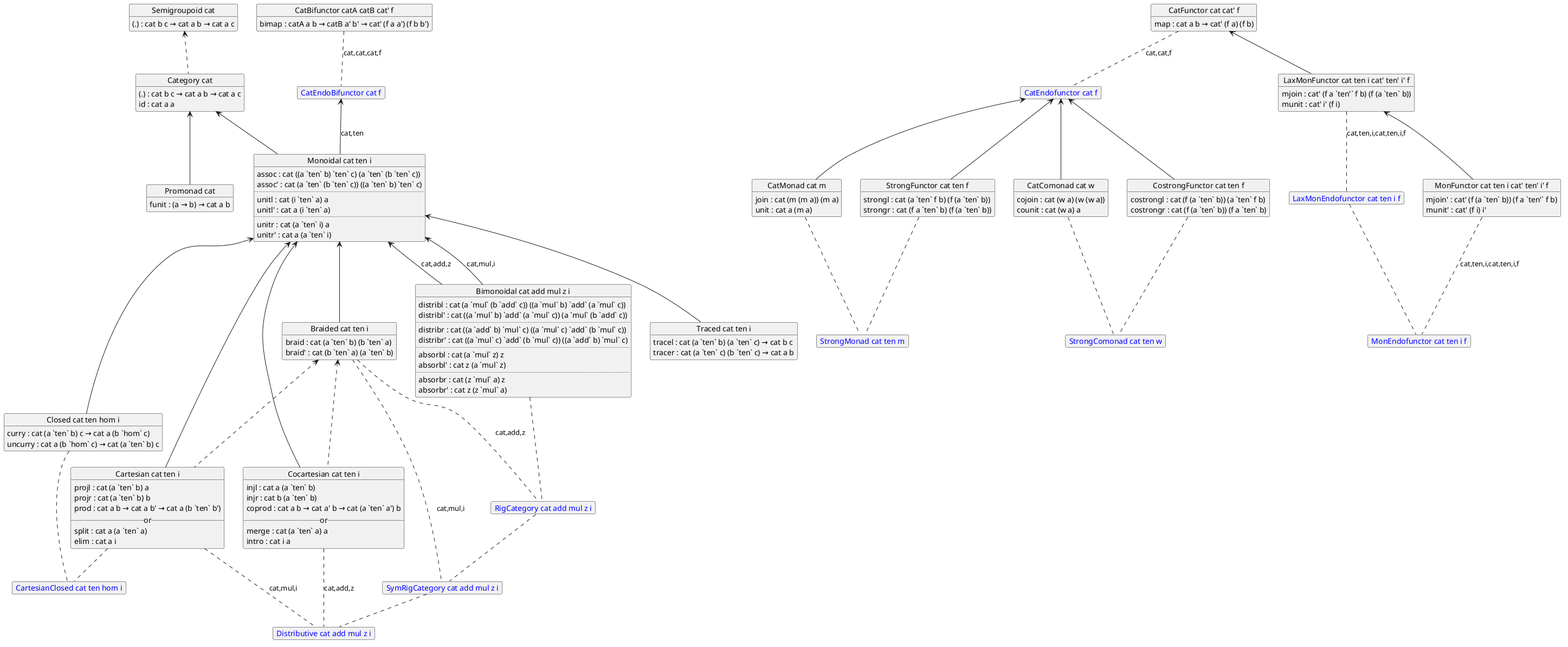
tokinanpa/cats-and-arrows keeps this PlantUML diagram as hierarchy.png. Above is the earlier version.
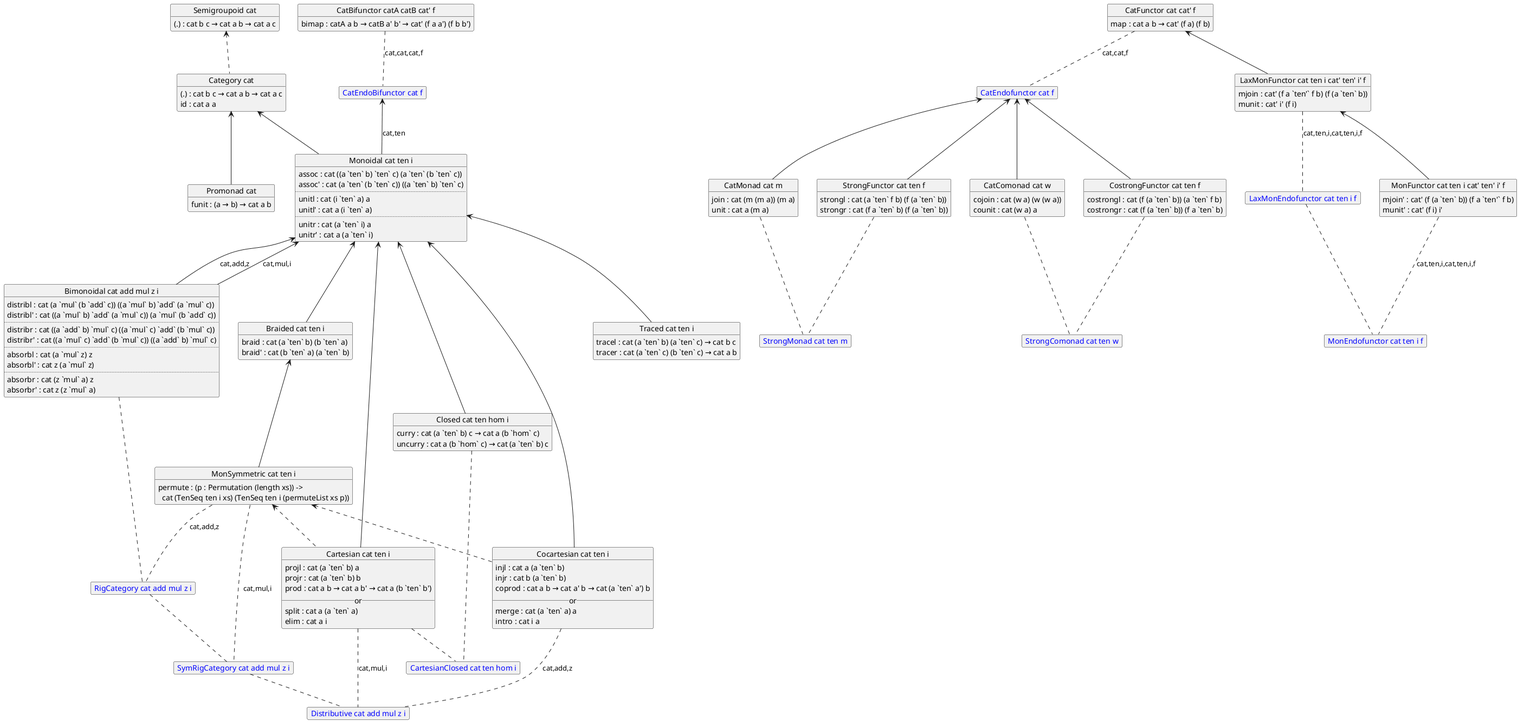
After the commit.

Diff of the diagram source:
```diff
@@ -21,6 +21,10 @@
 object "Braided cat ten i" as Braided {
   braid : cat (a `ten` b) (b `ten` a)
   braid' : cat (b `ten` a) (a `ten` b)
+}
+object "MonSymmetric cat ten i" as MonSymmetric {
+  permute : (p : Permutation (length xs)) ->
+    <U+0020><U+0020>cat (TenSeq ten i xs) (TenSeq ten i (permuteList xs p))
 }
 object "Cartesian cat ten i" as Cartesian {
   projl : cat (a `ten` b) a
@@ -113,12 +117,13 @@
 CatEndoBifunctor <-- Monoidal : cat,ten
 
 Monoidal <-- Braided
+Braided <-- MonSymmetric
 
 Monoidal <-- Cartesian
-Braided <.. Cartesian
+MonSymmetric <.. Cartesian
 
 Monoidal <-- Cocartesian
-Braided <.. Cocartesian
+MonSymmetric <.. Cocartesian
 
 Monoidal <-- Traced
 
@@ -130,10 +135,10 @@
 Monoidal <-- Bimonoidal : cat,add,z
 
 Bimonoidal .. RigCategory
-Braided .. RigCategory : cat,add,z
+MonSymmetric .. RigCategory : cat,add,z
 
 RigCategory .. SymRigCategory
-Braided .. SymRigCategory : cat,mul,i
+MonSymmetric .. SymRigCategory : cat,mul,i
 
 SymRigCategory .. Distributive
 Cartesian .. Distributive : cat,mul,i
```
